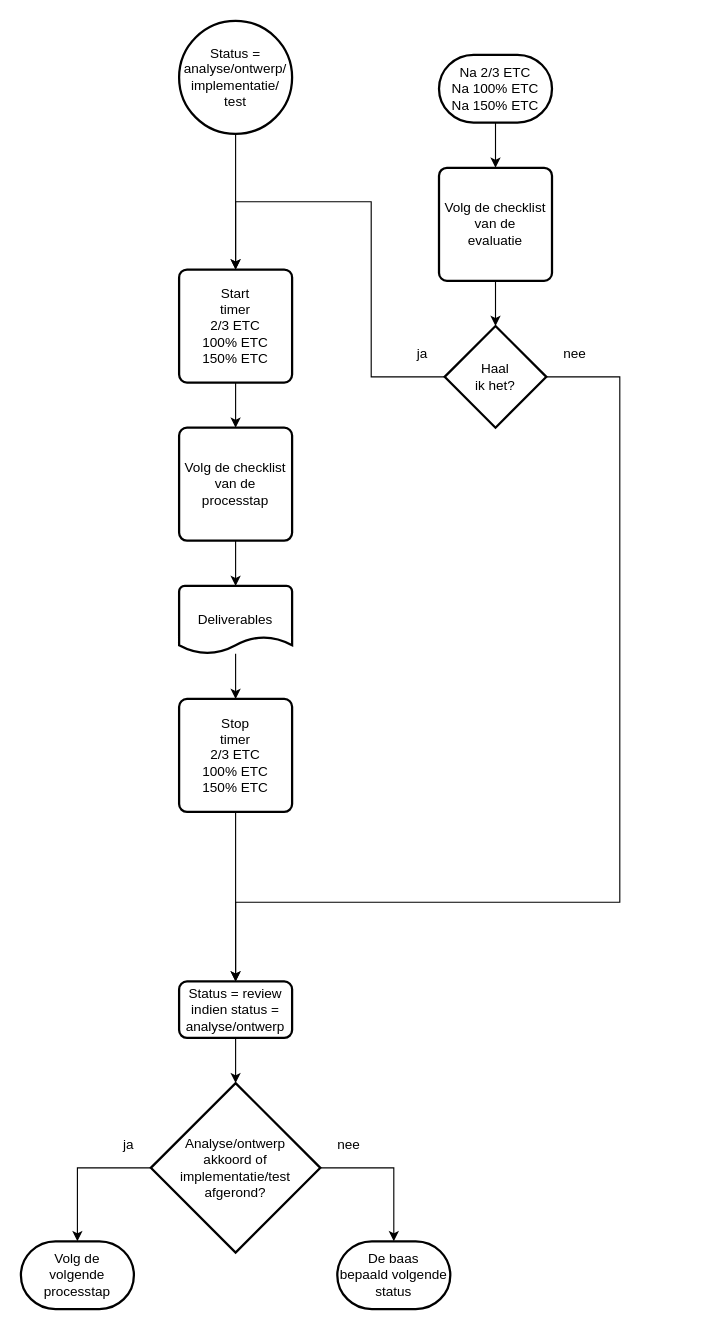
Zaibatsu89/IssueTracker keeps this draw.io diagram as 2 Issue Tracker tijdtriggers.drawio. Above is the earlier version. Source tidied: cells renumbered, new cells numbered last; positions are measured from the earlier drawing's top-left corner, leaving out a move shared by most shapes. Both pictures are drawn from the tidied source at 113%, with x=0, y=0 at pixel (20, 20).
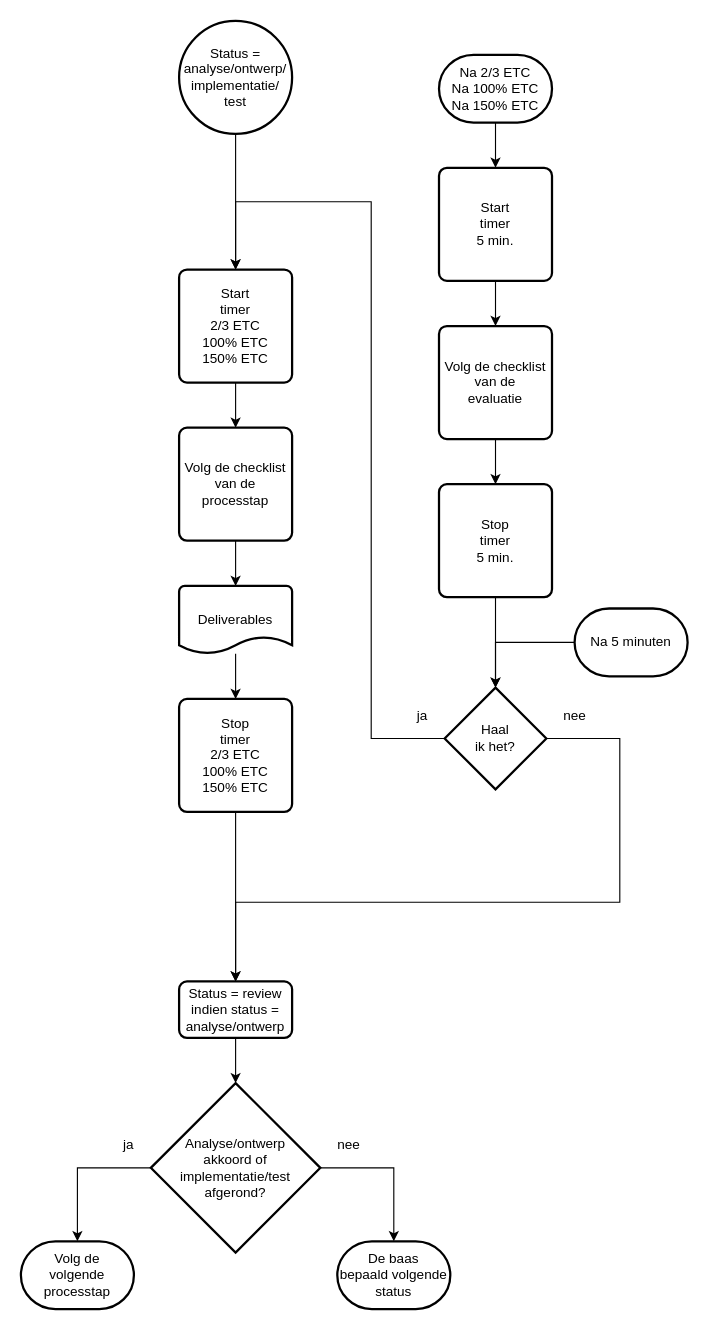
The same page after the edit.

Commit message (it also covers changes not shown here):
voeg evaluatie tijd (5 min.) toe aan flowcharts

The change refers to these unchanged cells:
```xml
<mxCell id="5" value="Start&lt;br&gt;timer&lt;br&gt;2/3 ETC&lt;br&gt;100% ETC&lt;br&gt;150% ETC" style="rounded=1;whiteSpace=wrap;html=1;absoluteArcSize=1;arcSize=14;strokeWidth=2;" parent="1" vertex="1">
  <mxGeometry x="140" y="220" width="100" height="100" as="geometry" />
</mxCell>
<mxCell id="23" value="Status = review&lt;br&gt;indien status =&lt;br&gt;analyse/ontwerp" style="rounded=1;whiteSpace=wrap;html=1;absoluteArcSize=1;arcSize=14;strokeWidth=2;" parent="1" vertex="1">
  <mxGeometry x="140" y="850" width="100" height="50" as="geometry" />
</mxCell>
<mxCell id="30" value="Na 2/3 ETC&lt;br&gt;Na 100% ETC&lt;br&gt;Na 150% ETC" style="strokeWidth=2;html=1;shape=mxgraph.flowchart.terminator;whiteSpace=wrap;" parent="1" vertex="1">
  <mxGeometry x="370" y="30" width="100" height="60" as="geometry" />
</mxCell>
```

What changed in the source:
```diff
@@
-    <mxCell id="17" style="edgeStyle=orthogonalEdgeStyle;rounded=0;jettySize=auto;html=1;" parent="1" edge="1" source="18" target="26">
-      <mxGeometry relative="1" as="geometry" />
-    </mxCell>
+    <mxCell id="33" style="edgeStyle=orthogonalEdgeStyle;rounded=0;jettySize=auto;html=1;" parent="1" edge="1" source="18" target="38">
+      <mxGeometry relative="1" as="geometry" />
+    </mxCell>
     <mxCell id="18" value="Volg de checklist&lt;br&gt;van de&lt;br&gt;evaluatie" style="rounded=1;whiteSpace=wrap;html=1;absoluteArcSize=1;arcSize=14;strokeWidth=2;" parent="1" vertex="1">
-      <mxGeometry x="370" y="130" width="100" height="100" as="geometry" />
+      <mxGeometry x="370" y="270" width="100" height="100" as="geometry" />
     </mxCell>
@@
     <mxCell id="24" style="edgeStyle=orthogonalEdgeStyle;rounded=0;jettySize=auto;html=1;exitX=1;exitY=0.5;exitDx=0;exitDy=0;exitPerimeter=0;entryX=0.5;entryY=0;entryDx=0;entryDy=0;" parent="1" edge="1" source="26" target="23">
       <mxGeometry relative="1" as="geometry">
         <Array as="points">
-          <mxPoint x="530" y="315" />
+          <mxPoint x="530" y="635" />
           <mxPoint x="530" y="780" />
           <mxPoint x="190" y="780" />
         </Array>
       </mxGeometry>
     </mxCell>
     <mxCell id="25" style="edgeStyle=orthogonalEdgeStyle;rounded=0;jettySize=auto;html=1;exitX=0;exitY=0.5;exitDx=0;exitDy=0;exitPerimeter=0;entryX=0.5;entryY=0;entryDx=0;entryDy=0;" parent="1" edge="1" source="26" target="5">
       <mxGeometry relative="1" as="geometry">
         <Array as="points">
-          <mxPoint x="310" y="315" />
+          <mxPoint x="310" y="635" />
           <mxPoint x="310" y="160" />
           <mxPoint x="190" y="160" />
         </Array>
       </mxGeometry>
     </mxCell>
     <mxCell id="26" value="Haal&lt;br&gt;ik het?" style="strokeWidth=2;html=1;shape=mxgraph.flowchart.decision;whiteSpace=wrap;" parent="1" vertex="1">
-      <mxGeometry x="375" y="270" width="90" height="90" as="geometry" />
+      <mxGeometry x="375" y="590" width="90" height="90" as="geometry" />
     </mxCell>
     <mxCell id="27" value="nee" style="text;html=1;align=center;verticalAlign=middle;strokeColor=none;fillColor=none;" parent="1" vertex="1">
-      <mxGeometry x="470" y="280" width="40" height="30" as="geometry" />
+      <mxGeometry x="470" y="600" width="40" height="30" as="geometry" />
     </mxCell>
     <mxCell id="28" value="ja" style="text;html=1;align=center;verticalAlign=middle;strokeColor=none;fillColor=none;" parent="1" vertex="1">
-      <mxGeometry x="340" y="280" width="30" height="30" as="geometry" />
+      <mxGeometry x="340" y="600" width="30" height="30" as="geometry" />
     </mxCell>
-    <mxCell id="29" style="edgeStyle=orthogonalEdgeStyle;rounded=0;jettySize=auto;html=1;" parent="1" edge="1" source="30" target="18">
-      <mxGeometry relative="1" as="geometry" />
-    </mxCell>
+    <mxCell id="34" style="edgeStyle=orthogonalEdgeStyle;rounded=0;jettySize=auto;html=1;" parent="1" edge="1" source="30" target="36">
+      <mxGeometry relative="1" as="geometry" />
+    </mxCell>
@@
+    <mxCell id="35" style="edgeStyle=orthogonalEdgeStyle;rounded=0;jettySize=auto;html=1;" parent="1" edge="1" source="36" target="18">
+      <mxGeometry relative="1" as="geometry" />
+    </mxCell>
+    <mxCell id="36" value="Start&lt;br&gt;timer&lt;br&gt;5 min." style="rounded=1;whiteSpace=wrap;html=1;absoluteArcSize=1;arcSize=14;strokeWidth=2;" parent="1" vertex="1">
+      <mxGeometry x="370" y="130" width="100" height="100" as="geometry" />
+    </mxCell>
+    <mxCell id="37" style="edgeStyle=orthogonalEdgeStyle;rounded=0;jettySize=auto;html=1;" parent="1" edge="1" source="38" target="26">
+      <mxGeometry relative="1" as="geometry" />
+    </mxCell>
+    <mxCell id="38" value="Stop&lt;br&gt;timer&lt;br&gt;5 min." style="rounded=1;whiteSpace=wrap;html=1;absoluteArcSize=1;arcSize=14;strokeWidth=2;" parent="1" vertex="1">
+      <mxGeometry x="370" y="410" width="100" height="100" as="geometry" />
+    </mxCell>
+    <mxCell id="39" value="Na 5 minuten" style="strokeWidth=2;html=1;shape=mxgraph.flowchart.terminator;whiteSpace=wrap;" parent="1" vertex="1">
+      <mxGeometry x="490" y="520" width="100" height="60" as="geometry" />
+    </mxCell>
+    <mxCell id="40" style="edgeStyle=orthogonalEdgeStyle;rounded=0;jettySize=auto;html=1;exitX=0;exitY=0.5;exitDx=0;exitDy=0;exitPerimeter=0;entryX=0.5;entryY=0;entryDx=0;entryDy=0;entryPerimeter=0;" parent="1" edge="1" source="39" target="26">
+      <mxGeometry relative="1" as="geometry" />
+    </mxCell>
```
